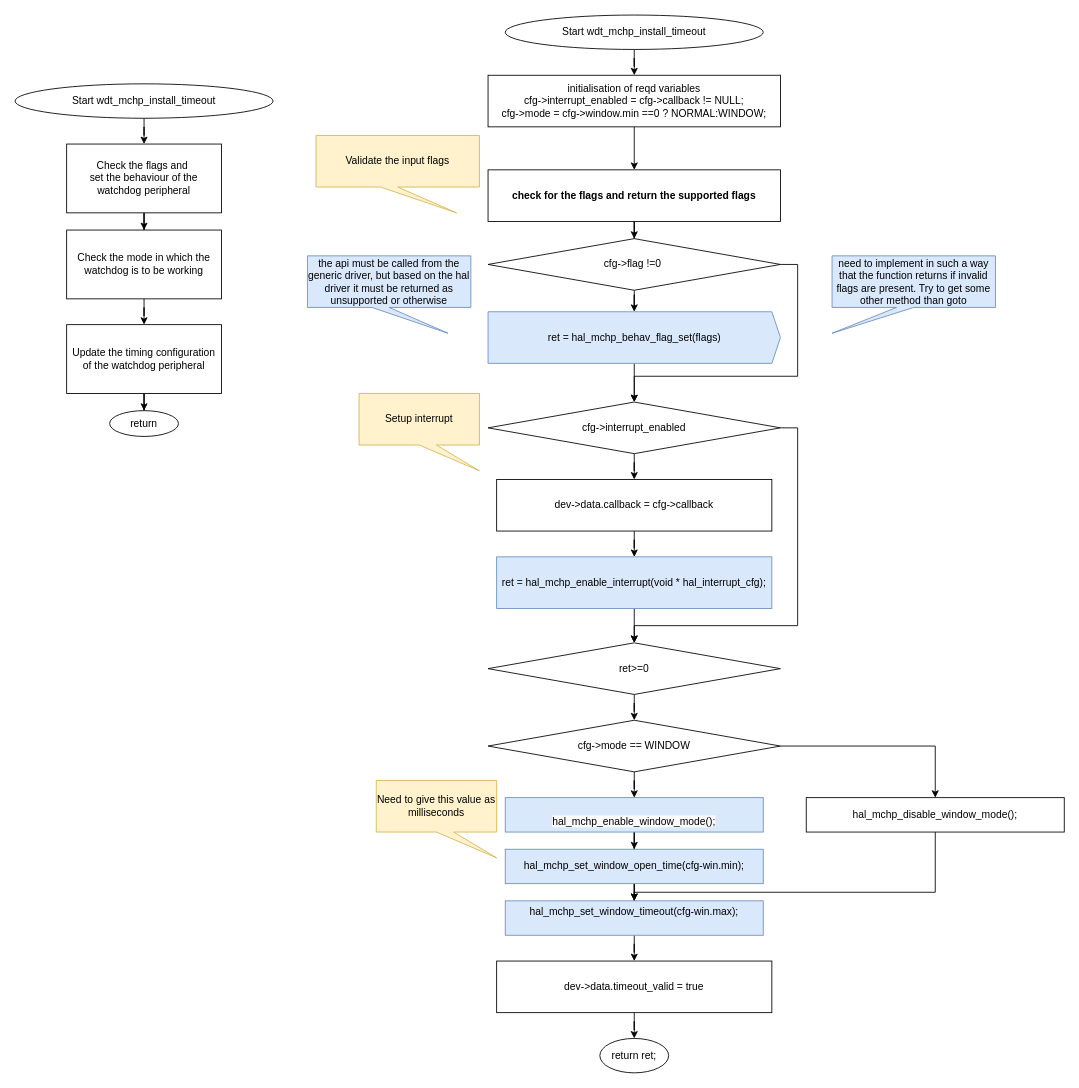
ghostMan-pac/aurora_final keeps this draw.io diagram as page "Generic driver" (1 of 4) of Watchdog design.drawio. Above is the earlier version. Source tidied: cells renumbered, new cells numbered last; positions are measured from the earlier drawing's top-left corner, leaving out a move shared by most shapes. Both pictures are drawn from the tidied source at 86%, with x=0, y=0 at pixel (15, 15).
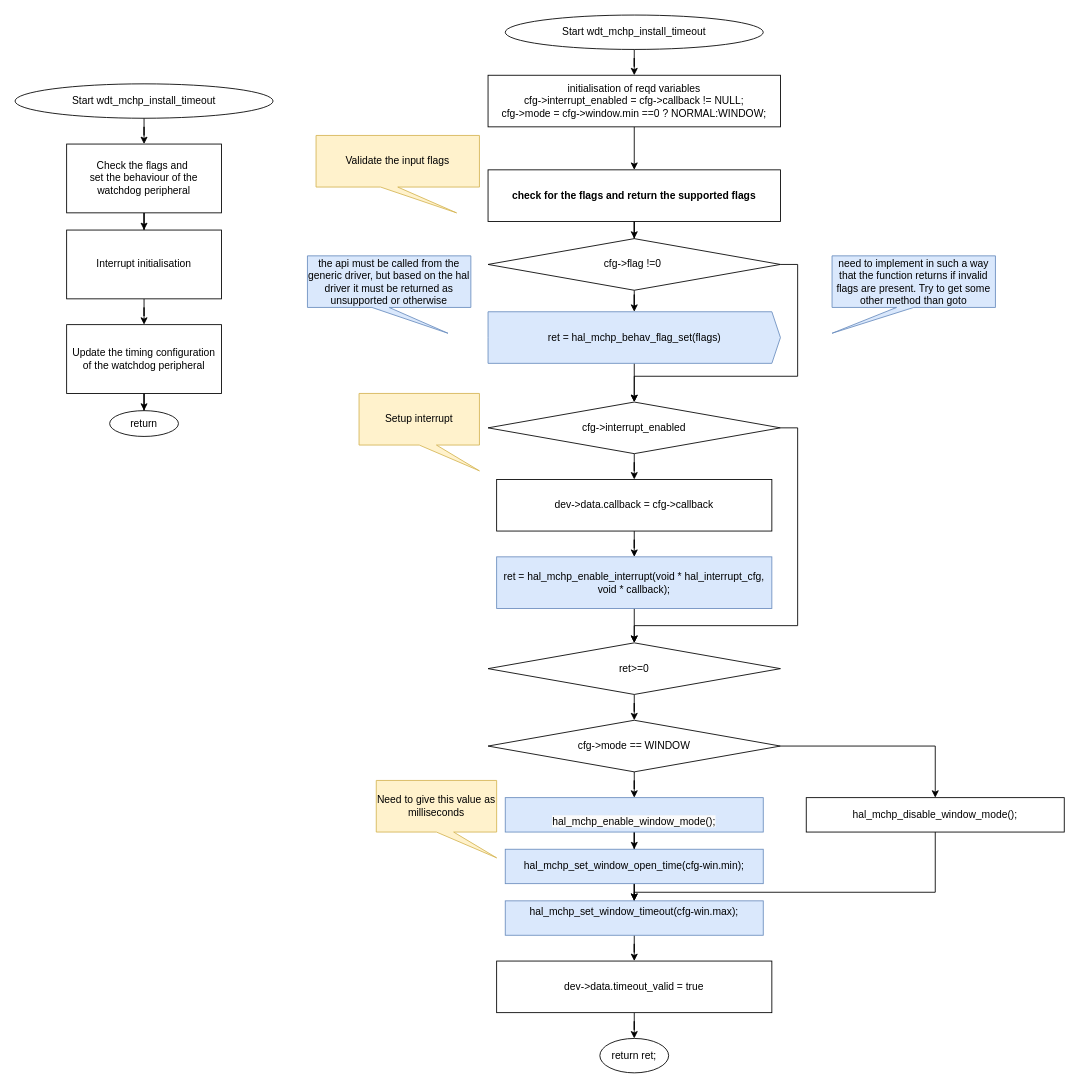
The same diagram, later.

The edit, as a diff of the source:
```diff
@@
-    <mxCell id="18" value="Check the mode in which the watchdog is to be working" style="whiteSpace=wrap;html=1;" parent="1" vertex="1">
+    <mxCell id="18" value="Interrupt initialisation" style="whiteSpace=wrap;html=1;" parent="1" vertex="1">
       <mxGeometry x="60" y="250" width="180" height="80" as="geometry" />
     </mxCell>
@@
-    <mxCell id="32" value="ret = hal_mchp_enable_interrupt(void * hal_interrupt_cfg);" style="whiteSpace=wrap;html=1;fillColor=#dae8fc;strokeColor=#6c8ebf;" parent="1" vertex="1">
+    <mxCell id="32" value="ret = hal_mchp_enable_interrupt(void * hal_interrupt_cfg, void * callback);" style="whiteSpace=wrap;html=1;fillColor=#dae8fc;strokeColor=#6c8ebf;" parent="1" vertex="1">
       <mxGeometry x="560" y="630" width="320" height="60" as="geometry" />
     </mxCell>
```
